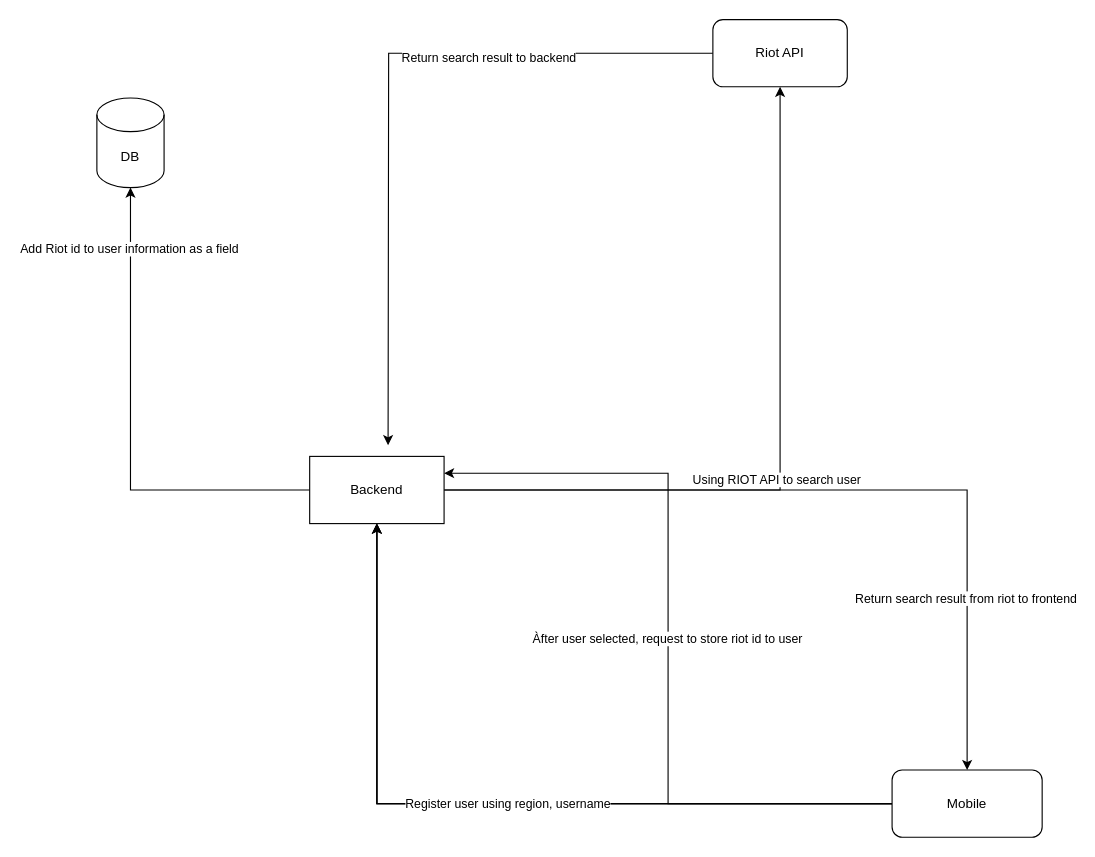
This is Biểu đồ không có tiêu đề.drawio from Zinley-dev/ios-app, a draw.io file, before an edit. Source tidied: cells renumbered, new cells numbered last; positions are measured from the earlier drawing's top-left corner, leaving out a move shared by most shapes. Both pictures are drawn from the tidied source at 112%, with x=0, y=0 at pixel (96, 19).
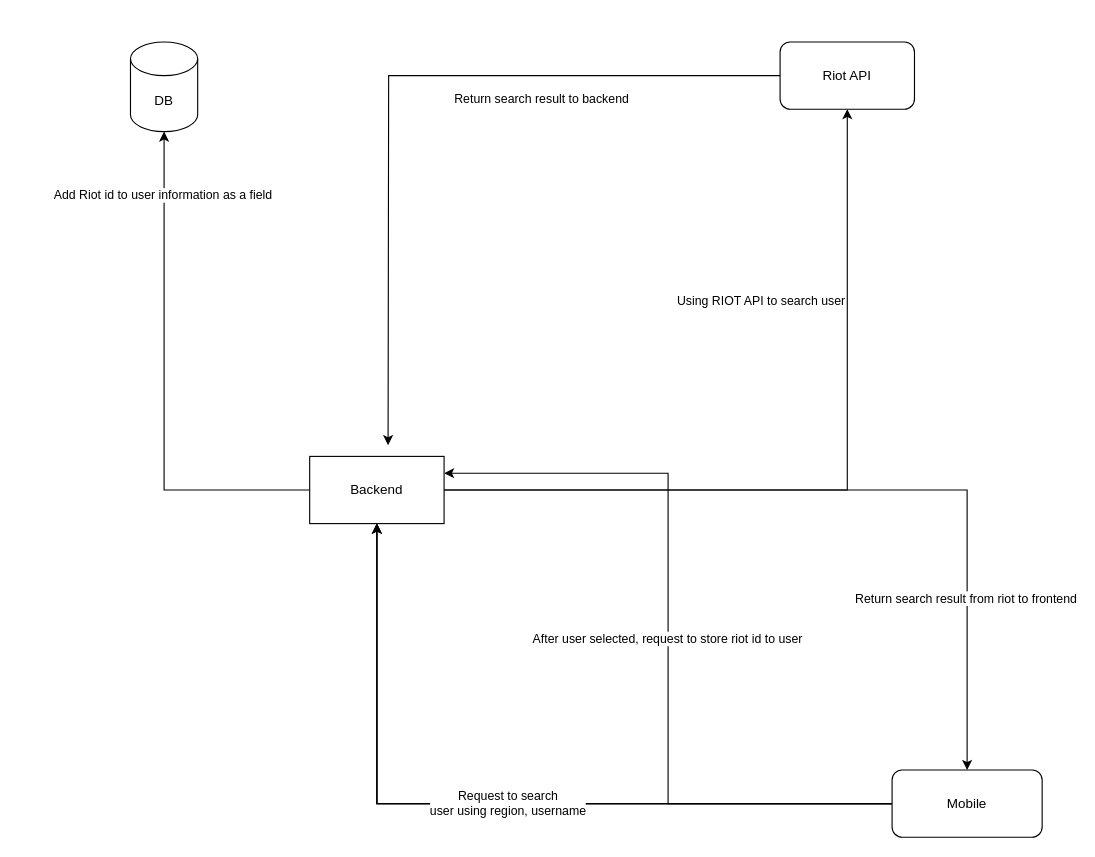
After the change.

Commit message:
Cập nhật Biểu đồ không có tiêu đề.drawio

Unchanged cells that the change refers to:
```xml
<mxCell id="4" style="edgeStyle=orthogonalEdgeStyle;rounded=0;jettySize=auto;html=1;" parent="1" edge="1" source="8" target="15">
  <mxGeometry relative="1" as="geometry" />
</mxCell>
<mxCell id="6" style="edgeStyle=orthogonalEdgeStyle;rounded=0;jettySize=auto;html=1;entryX=1;entryY=0.25;entryDx=0;entryDy=0;" parent="1" edge="1" source="8" target="15">
  <mxGeometry relative="1" as="geometry" />
</mxCell>
<mxCell id="9" style="edgeStyle=orthogonalEdgeStyle;rounded=0;jettySize=auto;html=1;" parent="1" edge="1" source="15" target="18">
  <mxGeometry relative="1" as="geometry" />
</mxCell>
<mxCell id="16" style="edgeStyle=orthogonalEdgeStyle;rounded=0;jettySize=auto;html=1;" parent="1" edge="1" source="18">
  <mxGeometry relative="1" as="geometry">
    <mxPoint x="260" y="380" as="targetPoint" />
  </mxGeometry>
</mxCell>
```

What changed in the source:
```diff
@@
-    <mxCell id="5" value="Register user using region, username&lt;br&gt;" style="edgeLabel;html=1;align=center;verticalAlign=middle;" parent="4" vertex="1">
+    <mxCell id="5" value="Request to search &lt;br&gt;user using region, username" style="edgeLabel;html=1;align=center;verticalAlign=middle;" parent="4" vertex="1">
       <mxGeometry x="-0.03" y="-1" relative="1" as="geometry" />
     </mxCell>
@@
-    <mxCell id="7" value="Àfter user selected, request to store riot id to user&amp;nbsp;&lt;br&gt;" style="edgeLabel;html=1;align=center;verticalAlign=middle;" parent="6" vertex="1">
+    <mxCell id="7" value="After user selected, request to store riot id to user&amp;nbsp;" style="edgeLabel;html=1;align=center;verticalAlign=middle;" parent="6" vertex="1">
       <mxGeometry relative="1" as="geometry" />
     </mxCell>
@@
     <mxCell id="10" value="Using RIOT API to search user&lt;br&gt;" style="edgeLabel;html=1;align=center;verticalAlign=middle;" parent="9" vertex="1">
-      <mxGeometry x="-0.06" y="4" relative="1" as="geometry" />
+      <mxGeometry x="-0.06" y="4" relative="1" as="geometry">
+        <mxPoint x="-47" y="-166" as="offset" />
+      </mxGeometry>
     </mxCell>
@@
     <mxCell id="17" value="Return search result to backend&lt;br&gt;" style="edgeLabel;html=1;align=center;verticalAlign=middle;" parent="16" vertex="1">
-      <mxGeometry x="-0.37" y="3" relative="1" as="geometry" />
+      <mxGeometry x="-0.37" y="3" relative="1" as="geometry">
+        <mxPoint y="17" as="offset" />
+      </mxGeometry>
     </mxCell>
     <mxCell id="18" value="Riot API&lt;br&gt;" style="rounded=1;whiteSpace=wrap;html=1;" parent="1" vertex="1">
-      <mxGeometry x="550" width="120" height="60" as="geometry" />
+      <mxGeometry x="610" y="20" width="120" height="60" as="geometry" />
     </mxCell>
     <mxCell id="19" value="DB" style="shape=cylinder3;whiteSpace=wrap;html=1;boundedLbl=1;backgroundOutline=1;size=15;" parent="1" vertex="1">
-      <mxGeometry y="70" width="60" height="80" as="geometry" />
+      <mxGeometry x="30" y="20" width="60" height="80" as="geometry" />
     </mxCell>
```
